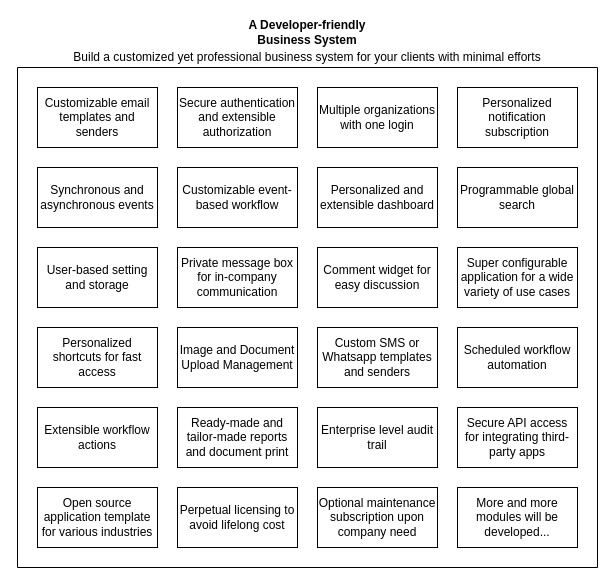
Before: page "Feature List (Colored)" (3 of 4) of Features.drawio in hkdotneteam/hkdotnet.Framework, a draw.io diagram. Source tidied: cells renumbered, new cells numbered last; positions are measured from the earlier drawing's top-left corner, leaving out a move shared by most shapes. Both pictures are drawn from the tidied source at 100%, with x=0, y=0 at pixel (17, 17).
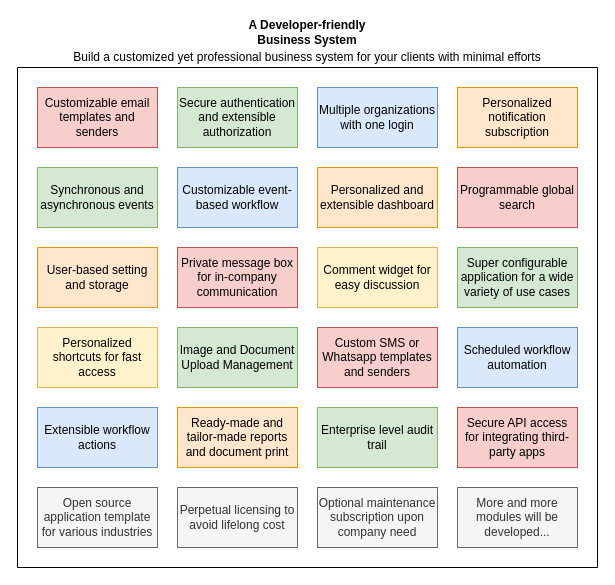
The same diagram, later.

Unchanged cells that the change refers to:
```xml
<mxCell id="2" style="swimlane;startSize=0;" parent="1" vertex="1">
  <mxGeometry y="50" width="580" height="500" as="geometry" />
</mxCell>
```

What changed in the source:
```diff
@@
-    <mxCell id="3" value="Customizable email templates and senders" style="rounded=0;whiteSpace=wrap;html=1;" parent="2" vertex="1">
+    <mxCell id="3" value="Customizable email templates and senders" style="rounded=0;whiteSpace=wrap;html=1;fillColor=#f8cecc;strokeColor=#b85450;" parent="2" vertex="1">
       <mxGeometry x="20" y="20" width="120" height="60" as="geometry" />
     </mxCell>
-    <mxCell id="4" value="Secure authentication and extensible authorization" style="rounded=0;whiteSpace=wrap;html=1;" parent="2" vertex="1">
+    <mxCell id="4" value="Secure authentication and extensible authorization" style="rounded=0;whiteSpace=wrap;html=1;fillColor=#d5e8d4;strokeColor=#82b366;" parent="2" vertex="1">
       <mxGeometry x="160" y="20" width="120" height="60" as="geometry" />
     </mxCell>
-    <mxCell id="5" value="Multiple organizations with one login" style="rounded=0;whiteSpace=wrap;html=1;" parent="2" vertex="1">
+    <mxCell id="5" value="Multiple organizations with one login" style="rounded=0;whiteSpace=wrap;html=1;fillColor=#dae8fc;strokeColor=#6c8ebf;" parent="2" vertex="1">
       <mxGeometry x="300" y="20" width="120" height="60" as="geometry" />
     </mxCell>
-    <mxCell id="6" value="Personalized notification subscription" style="rounded=0;whiteSpace=wrap;html=1;" parent="2" vertex="1">
+    <mxCell id="6" value="Personalized notification subscription" style="rounded=0;whiteSpace=wrap;html=1;fillColor=#ffe6cc;strokeColor=#d79b00;" parent="2" vertex="1">
       <mxGeometry x="440" y="20" width="120" height="60" as="geometry" />
     </mxCell>
-    <mxCell id="7" value="Synchronous and asynchronous events" style="rounded=0;whiteSpace=wrap;html=1;" parent="2" vertex="1">
+    <mxCell id="7" value="Synchronous and asynchronous events" style="rounded=0;whiteSpace=wrap;html=1;fillColor=#d5e8d4;strokeColor=#82b366;" parent="2" vertex="1">
       <mxGeometry x="20" y="100" width="120" height="60" as="geometry" />
     </mxCell>
-    <mxCell id="8" value="Customizable event-based workflow" style="rounded=0;whiteSpace=wrap;html=1;" parent="2" vertex="1">
+    <mxCell id="8" value="Customizable event-based workflow" style="rounded=0;whiteSpace=wrap;html=1;fillColor=#dae8fc;strokeColor=#6c8ebf;" parent="2" vertex="1">
       <mxGeometry x="160" y="100" width="120" height="60" as="geometry" />
     </mxCell>
-    <mxCell id="9" value="Personalized and extensible dashboard" style="rounded=0;whiteSpace=wrap;html=1;" parent="2" vertex="1">
+    <mxCell id="9" value="Personalized and extensible dashboard" style="rounded=0;whiteSpace=wrap;html=1;fillColor=#ffe6cc;strokeColor=#d79b00;" parent="2" vertex="1">
       <mxGeometry x="300" y="100" width="120" height="60" as="geometry" />
     </mxCell>
-    <mxCell id="10" value="Programmable global search" style="rounded=0;whiteSpace=wrap;html=1;" parent="2" vertex="1">
+    <mxCell id="10" value="Programmable global search" style="rounded=0;whiteSpace=wrap;html=1;fillColor=#f8cecc;strokeColor=#b85450;" parent="2" vertex="1">
       <mxGeometry x="440" y="100" width="120" height="60" as="geometry" />
     </mxCell>
-    <mxCell id="11" value="User-based setting and storage" style="rounded=0;whiteSpace=wrap;html=1;" parent="2" vertex="1">
+    <mxCell id="11" value="User-based setting and storage" style="rounded=0;whiteSpace=wrap;html=1;fillColor=#ffe6cc;strokeColor=#d79b00;" parent="2" vertex="1">
       <mxGeometry x="20" y="180" width="120" height="60" as="geometry" />
     </mxCell>
-    <mxCell id="12" value="Private message box for in-company communication" style="rounded=0;whiteSpace=wrap;html=1;" parent="2" vertex="1">
+    <mxCell id="12" value="Private message box for in-company communication" style="rounded=0;whiteSpace=wrap;html=1;fillColor=#f8cecc;strokeColor=#b85450;" parent="2" vertex="1">
       <mxGeometry x="160" y="180" width="120" height="60" as="geometry" />
     </mxCell>
-    <mxCell id="13" value="Comment widget for easy discussion" style="rounded=0;whiteSpace=wrap;html=1;" parent="2" vertex="1">
+    <mxCell id="13" value="Comment widget for easy discussion" style="rounded=0;whiteSpace=wrap;html=1;fillColor=#fff2cc;strokeColor=#d6b656;" parent="2" vertex="1">
       <mxGeometry x="300" y="180" width="120" height="60" as="geometry" />
     </mxCell>
-    <mxCell id="14" value="Super configurable application for a wide variety of use cases" style="rounded=0;whiteSpace=wrap;html=1;" parent="2" vertex="1">
+    <mxCell id="14" value="Super configurable application for a wide variety of use cases" style="rounded=0;whiteSpace=wrap;html=1;fillColor=#d5e8d4;strokeColor=#82b366;" parent="2" vertex="1">
       <mxGeometry x="440" y="180" width="120" height="60" as="geometry" />
     </mxCell>
-    <mxCell id="15" value="Personalized shortcuts for fast access" style="rounded=0;whiteSpace=wrap;html=1;" parent="2" vertex="1">
+    <mxCell id="15" value="Personalized shortcuts for fast access" style="rounded=0;whiteSpace=wrap;html=1;fillColor=#fff2cc;strokeColor=#d6b656;" parent="2" vertex="1">
       <mxGeometry x="20" y="260" width="120" height="60" as="geometry" />
     </mxCell>
-    <mxCell id="16" value="Image and Document Upload Management" style="rounded=0;whiteSpace=wrap;html=1;" parent="2" vertex="1">
+    <mxCell id="16" value="Image and Document Upload Management" style="rounded=0;whiteSpace=wrap;html=1;fillColor=#d5e8d4;strokeColor=#82b366;" parent="2" vertex="1">
       <mxGeometry x="160" y="260" width="120" height="60" as="geometry" />
     </mxCell>
-    <mxCell id="17" value="Custom SMS or Whatsapp templates and senders" style="rounded=0;whiteSpace=wrap;html=1;" parent="2" vertex="1">
+    <mxCell id="17" value="Custom SMS or Whatsapp templates and senders" style="rounded=0;whiteSpace=wrap;html=1;fillColor=#f8cecc;strokeColor=#b85450;" parent="2" vertex="1">
       <mxGeometry x="300" y="260" width="120" height="60" as="geometry" />
     </mxCell>
-    <mxCell id="18" value="Scheduled workflow automation" style="rounded=0;whiteSpace=wrap;html=1;" parent="2" vertex="1">
+    <mxCell id="18" value="Scheduled workflow automation" style="rounded=0;whiteSpace=wrap;html=1;fillColor=#dae8fc;strokeColor=#6c8ebf;" parent="2" vertex="1">
       <mxGeometry x="440" y="260" width="120" height="60" as="geometry" />
     </mxCell>
-    <mxCell id="19" value="Extensible workflow actions" style="rounded=0;whiteSpace=wrap;html=1;" parent="2" vertex="1">
+    <mxCell id="19" value="Extensible workflow actions" style="rounded=0;whiteSpace=wrap;html=1;fillColor=#dae8fc;strokeColor=#6c8ebf;" parent="2" vertex="1">
       <mxGeometry x="20" y="340" width="120" height="60" as="geometry" />
     </mxCell>
-    <mxCell id="20" value="Ready-made and tailor-made reports and document print" style="rounded=0;whiteSpace=wrap;html=1;" parent="2" vertex="1">
+    <mxCell id="20" value="Ready-made and tailor-made reports and document print" style="rounded=0;whiteSpace=wrap;html=1;fillColor=#ffe6cc;strokeColor=#d79b00;" parent="2" vertex="1">
       <mxGeometry x="160" y="340" width="120" height="60" as="geometry" />
     </mxCell>
-    <mxCell id="21" value="Enterprise level audit trail" style="rounded=0;whiteSpace=wrap;html=1;" parent="2" vertex="1">
+    <mxCell id="21" value="Enterprise level audit trail" style="rounded=0;whiteSpace=wrap;html=1;fillColor=#d5e8d4;strokeColor=#82b366;" parent="2" vertex="1">
       <mxGeometry x="300" y="340" width="120" height="60" as="geometry" />
     </mxCell>
-    <mxCell id="22" value="Secure API access for integrating third-party apps" style="rounded=0;whiteSpace=wrap;html=1;" parent="2" vertex="1">
+    <mxCell id="22" value="Secure API access for integrating third-party apps" style="rounded=0;whiteSpace=wrap;html=1;fillColor=#f8cecc;strokeColor=#b85450;" parent="2" vertex="1">
       <mxGeometry x="440" y="340" width="120" height="60" as="geometry" />
     </mxCell>
-    <mxCell id="23" value="Open source application template for various industries" style="rounded=0;whiteSpace=wrap;html=1;" parent="2" vertex="1">
+    <mxCell id="23" value="Open source application template for various industries" style="rounded=0;whiteSpace=wrap;html=1;fillColor=#f5f5f5;strokeColor=#666666;fontColor=#333333;" parent="2" vertex="1">
       <mxGeometry x="20" y="420" width="120" height="60" as="geometry" />
     </mxCell>
-    <mxCell id="24" value="Perpetual licensing to avoid lifelong cost" style="rounded=0;whiteSpace=wrap;html=1;" parent="2" vertex="1">
+    <mxCell id="24" value="Perpetual licensing to avoid lifelong cost" style="rounded=0;whiteSpace=wrap;html=1;fillColor=#f5f5f5;fontColor=#333333;strokeColor=#666666;" parent="2" vertex="1">
       <mxGeometry x="160" y="420" width="120" height="60" as="geometry" />
     </mxCell>
-    <mxCell id="25" value="Optional maintenance subscription upon company need" style="rounded=0;whiteSpace=wrap;html=1;" parent="2" vertex="1">
+    <mxCell id="25" value="Optional maintenance subscription upon company need" style="rounded=0;whiteSpace=wrap;html=1;fillColor=#f5f5f5;fontColor=#333333;strokeColor=#666666;" parent="2" vertex="1">
       <mxGeometry x="300" y="420" width="120" height="60" as="geometry" />
     </mxCell>
-    <mxCell id="26" value="More and more modules will be developed..." style="rounded=0;whiteSpace=wrap;html=1;" parent="2" vertex="1">
+    <mxCell id="26" value="More and more modules will be developed..." style="rounded=0;whiteSpace=wrap;html=1;fillColor=#f5f5f5;fontColor=#333333;strokeColor=#666666;" parent="2" vertex="1">
       <mxGeometry x="440" y="420" width="120" height="60" as="geometry" />
     </mxCell>
```
